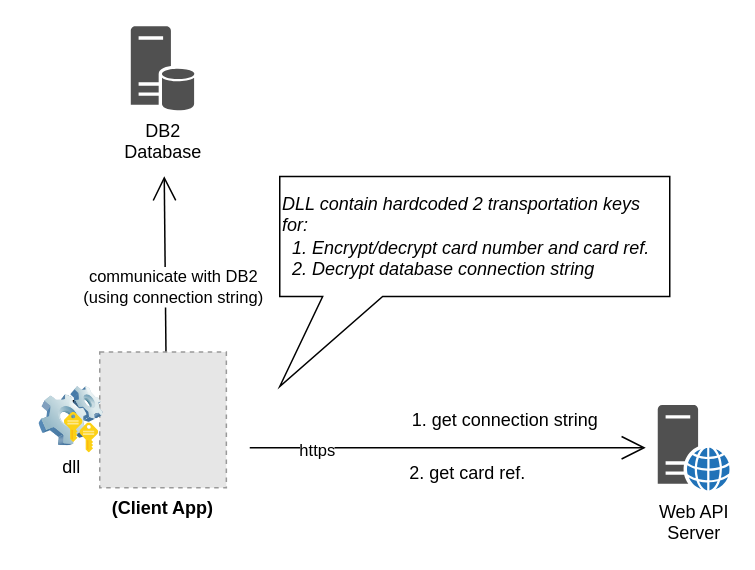
Before: page "dll-with-fixkeys" (2 of 3) of scb-fix-3tier-diagram.drawio in delphihero/MyDocument, a draw.io diagram. Source tidied: cells renumbered, new cells numbered last; positions are measured from the earlier drawing's top-left corner, leaving out a move shared by most shapes. Both pictures are drawn from the tidied source at 150%, with x=0, y=0 at pixel (26, 26). Pictures stored in the file or linked from it are replaced by grey dashed boxes.
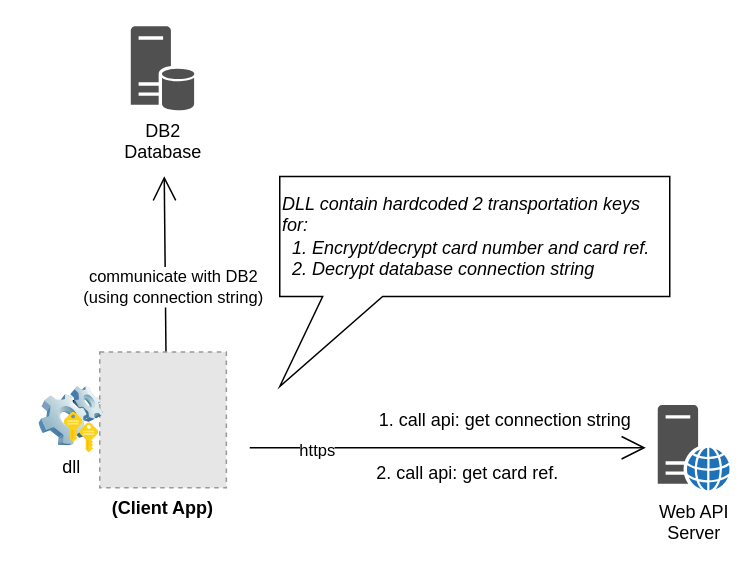
After the change.

Change to the diagram source:
```diff
@@
 <mxGraphModel>
   <root>
     <mxCell id="0" />
     <mxCell id="1" parent="0" />
     <mxCell id="2" value="&lt;div&gt;DB2 &lt;br&gt;&lt;/div&gt;&lt;div&gt;Database&lt;/div&gt;" style="sketch=0;shadow=0;dashed=0;html=1;strokeColor=none;fillColor=#505050;labelPosition=center;verticalLabelPosition=bottom;verticalAlign=top;align=center;shape=mxgraph.office.servers.database_server;hachureGap=4;" parent="1" vertex="1">
       <mxGeometry x="69.7" width="43" height="56" as="geometry" />
     </mxCell>
     <mxCell id="3" value="&lt;div&gt;Web API&lt;/div&gt;&lt;div&gt;Server&lt;br&gt;&lt;/div&gt;" style="sketch=0;shadow=0;dashed=0;html=1;strokeColor=none;fillColor=#505050;labelPosition=center;verticalLabelPosition=bottom;verticalAlign=top;outlineConnect=0;align=center;shape=mxgraph.office.servers.web_server_blue;hachureGap=4;" parent="1" vertex="1">
       <mxGeometry x="421" y="252.5" width="48" height="57" as="geometry" />
     </mxCell>
     <mxCell id="4" value="&lt;div&gt;communicate with DB2&lt;/div&gt;&lt;div&gt;(using connection string)&lt;br&gt;&lt;/div&gt;" style="edgeStyle=none;curved=1;rounded=0;orthogonalLoop=1;jettySize=auto;html=1;endArrow=open;startSize=14;endSize=14;sourcePerimeterSpacing=8;targetPerimeterSpacing=8;" parent="1" edge="1">
       <mxGeometry x="-0.11" y="-5" relative="1" as="geometry">
         <mxPoint x="93.3" y="233" as="sourcePoint" />
         <mxPoint x="92" y="100" as="targetPoint" />
       </mxGeometry>
     </mxCell>
     <mxCell id="5" style="edgeStyle=none;curved=1;rounded=0;jettySize=auto;html=1;endArrow=open;startSize=14;endSize=14;sourcePerimeterSpacing=8;targetPerimeterSpacing=8;" parent="1" edge="1" target="3">
       <mxGeometry relative="1" as="geometry">
         <mxPoint x="149" y="281" as="sourcePoint" />
       </mxGeometry>
     </mxCell>
     <mxCell id="6" value="https" style="edgeLabel;html=1;align=center;verticalAlign=middle;fontColor=none;" parent="5" vertex="1">
       <mxGeometry x="-0.67" y="-1" relative="1" as="geometry" />
     </mxCell>
     <mxCell id="7" value="&lt;div align=&quot;left&quot;&gt;&lt;span&gt;DLL contain hardcoded 2 transportation keys for:&lt;/span&gt;&lt;/div&gt;&lt;div align=&quot;left&quot;&gt;&lt;span&gt;&amp;nbsp; 1. Encrypt/decrypt card number and card ref.&lt;/span&gt;&lt;/div&gt;&lt;div align=&quot;left&quot;&gt;&lt;span&gt;&amp;nbsp; 2. Decrypt database connection string &lt;br&gt;&lt;/span&gt;&lt;/div&gt;" style="shape=callout;whiteSpace=wrap;html=1;perimeter=calloutPerimeter;hachureGap=4;direction=east;align=left;size=60;position=0.11;position2=0;base=40;fontStyle=2;" parent="1" vertex="1">
       <mxGeometry x="169" y="100.2" width="260" height="140" as="geometry" />
     </mxCell>
-    <mxCell id="8" value="1. get connection string" style="text;html=1;align=center;verticalAlign=middle;fillColor=none;strokeColor=none;rounded=0;hachureGap=4;" parent="1" vertex="1">
-      <mxGeometry x="249" y="252.5" width="140" height="20" as="geometry" />
+    <mxCell id="8" value="1. call api: get connection string" style="text;html=1;align=center;verticalAlign=middle;fillColor=none;strokeColor=none;rounded=0;hachureGap=4;" parent="1" vertex="1">
+      <mxGeometry x="229" y="252.5" width="180" height="20" as="geometry" />
     </mxCell>
-    <mxCell id="9" value="2. get card ref." style="text;html=1;align=center;verticalAlign=middle;fillColor=none;strokeColor=none;rounded=0;hachureGap=4;" parent="1" vertex="1">
-      <mxGeometry x="249" y="287.8" width="90" height="20" as="geometry" />
+    <mxCell id="9" value="2. call api: get card ref." style="text;html=1;align=center;verticalAlign=middle;fillColor=none;strokeColor=none;rounded=0;hachureGap=4;" parent="1" vertex="1">
+      <mxGeometry x="229" y="287.8" width="130" height="20" as="geometry" />
     </mxCell>
     <mxCell id="10" style="group;" parent="1" vertex="1">
       <mxGeometry y="217.2" width="133.4" height="90.5" as="geometry" />
     </mxCell>
     <mxCell id="11" value="(Client App)" style="fillColor=#E6E6E6;strokeColor=#999999;dashed=1;verticalLabelPosition=bottom;labelBackgroundColor=#ffffff;verticalAlign=top;fontStyle=1;" parent="10" vertex="1">
       <mxGeometry x="49" width="84.4" height="90.5" as="geometry" />
     </mxCell>
     <mxCell id="12" value="d" style="group;" parent="10" vertex="1">
       <mxGeometry y="23" width="60" height="44.5" as="geometry" />
     </mxCell>
     <mxCell id="13" value="&lt;div&gt;dll&lt;/div&gt;" style="image;html=1;image=img/lib/clip_art/computers/Software_128x128.png;hachureGap=4;" parent="12" vertex="1">
       <mxGeometry width="60" height="40" as="geometry" />
     </mxCell>
     <mxCell id="14" style="group;" parent="12" vertex="1">
       <mxGeometry x="25.6" y="17.5" width="22.8" height="27" as="geometry" />
     </mxCell>
     <mxCell id="15" style="sketch=0;html=1;align=center;image;fontSize=12;image=img/lib/mscae/Key.svg;hachureGap=4;" parent="14" vertex="1">
       <mxGeometry x="10.4" y="7" width="12.4" height="20" as="geometry" />
     </mxCell>
     <mxCell id="16" style="sketch=0;html=1;align=center;image;fontSize=12;image=img/lib/mscae/Key.svg;hachureGap=4;" parent="14" vertex="1">
       <mxGeometry width="12.4" height="20" as="geometry" />
     </mxCell>
   </root>
 </mxGraphModel>
```
